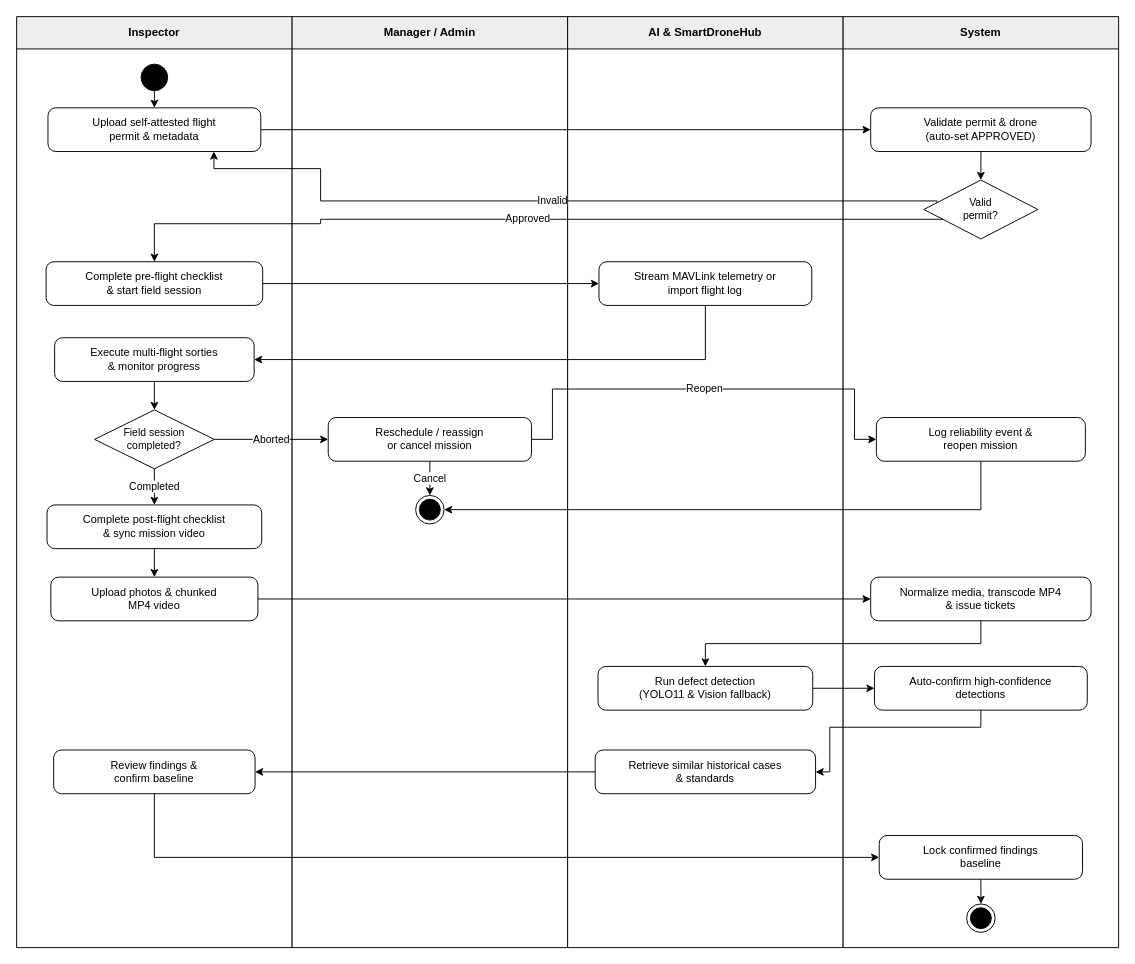
This is page "MF3 - Permit, Field & AI" (4 of 5) of diagrams/smartdrone-activity-diagrams.drawio from tungbach12/SmartDroneInspection-Docs, a draw.io file, before an edit. Source tidied: cells renumbered, new cells numbered last; positions are measured from the earlier drawing's top-left corner, leaving out a move shared by most shapes. Both pictures are drawn from the tidied source at 95%, with x=0, y=0 at pixel (16, 16).
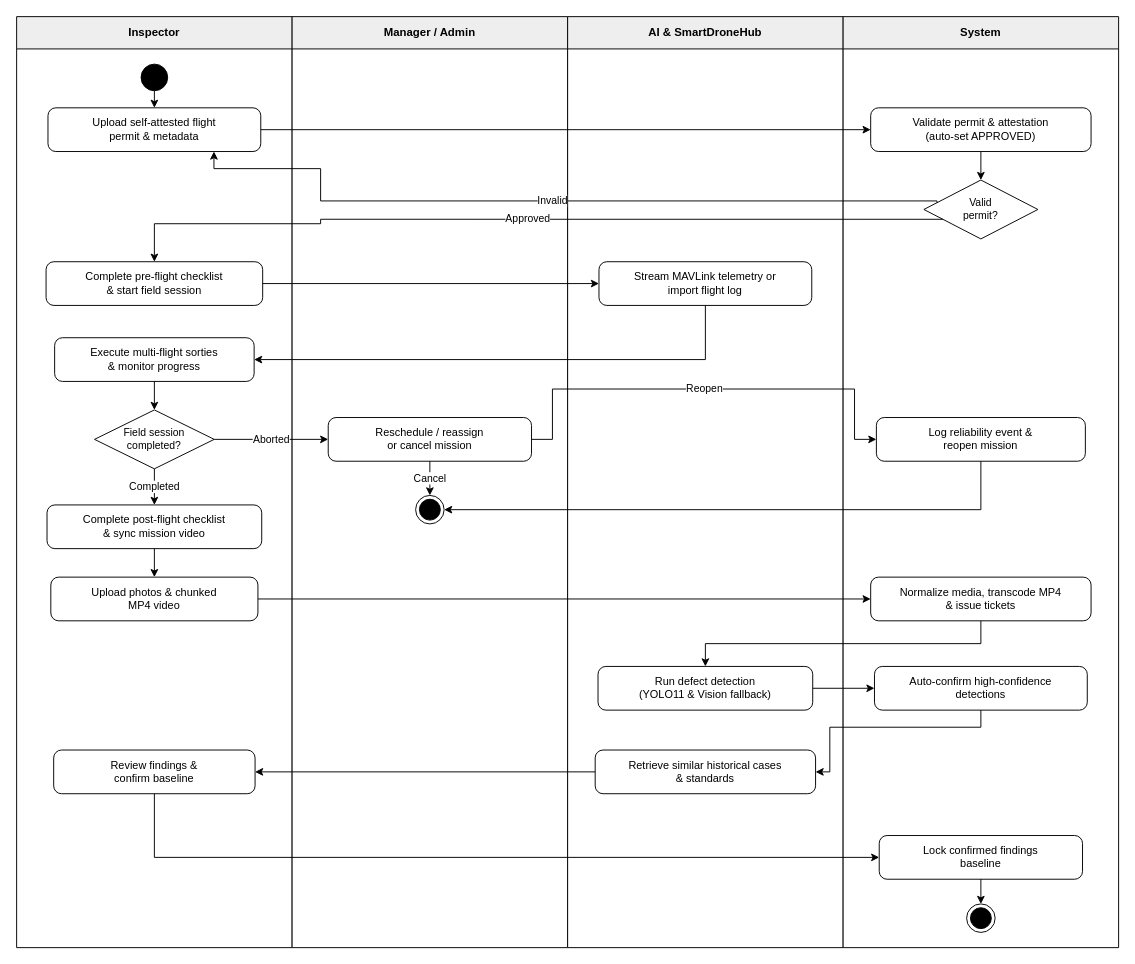
Above is the later version.

Diff of the diagram source:
```diff
@@
-    <mxCell id="8" value="Validate permit &amp;amp; drone&lt;br&gt;(auto-set APPROVED)" style="rounded=1;whiteSpace=wrap;html=1;arcSize=18;fillColor=#FFFFFF;strokeColor=#000000;strokeWidth=1;fontColor=#000000;fontSize=11.5;fontFamily=Helvetica;align=center;verticalAlign=middle;spacingLeft=8;spacingRight=8;" parent="1" vertex="1">
+    <mxCell id="8" value="Validate permit &amp;amp; attestation&lt;br&gt;(auto-set APPROVED)" style="rounded=1;whiteSpace=wrap;html=1;arcSize=18;fillColor=#FFFFFF;strokeColor=#000000;strokeWidth=1;fontColor=#000000;fontSize=11.5;fontFamily=Helvetica;align=center;verticalAlign=middle;spacingLeft=8;spacingRight=8;" parent="1" vertex="1">
       <mxGeometry x="899" y="96" width="232" height="46" as="geometry" />
     </mxCell>
```
